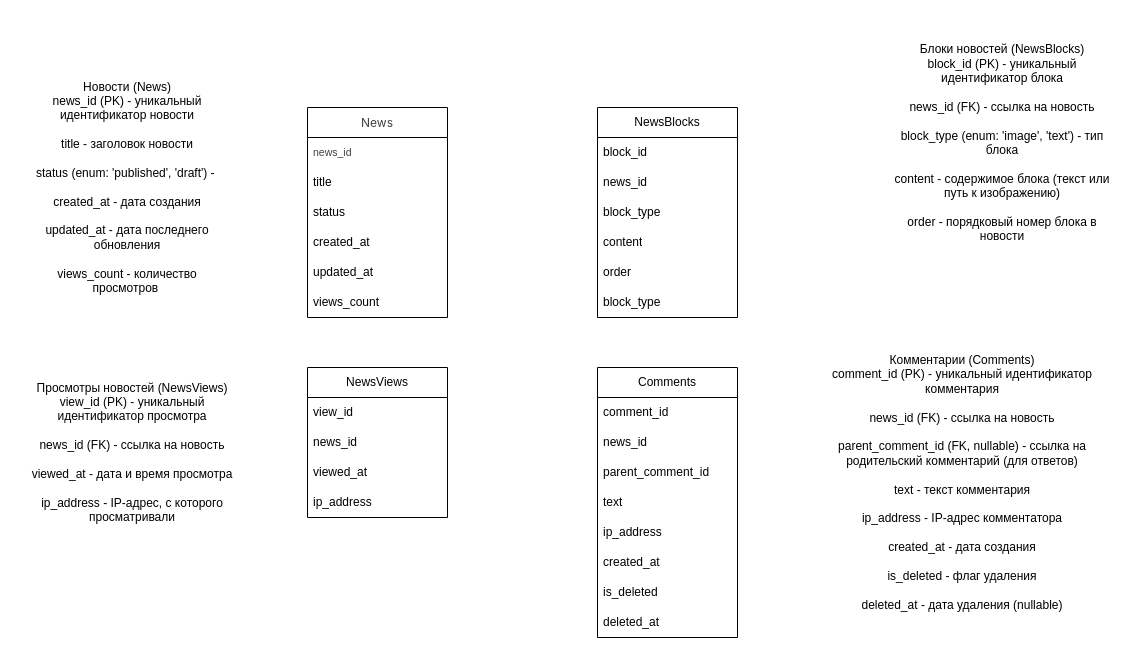
Before: lab3/Диаграмма без названия.drawio in ValentinKonstantinov/-Database, a draw.io diagram. Source tidied: cells renumbered, new cells numbered last; positions are measured from the earlier drawing's top-left corner, leaving out a move shared by most shapes. Both pictures are drawn from the tidied source at 100%, with x=0, y=0 at pixel (17, 17).
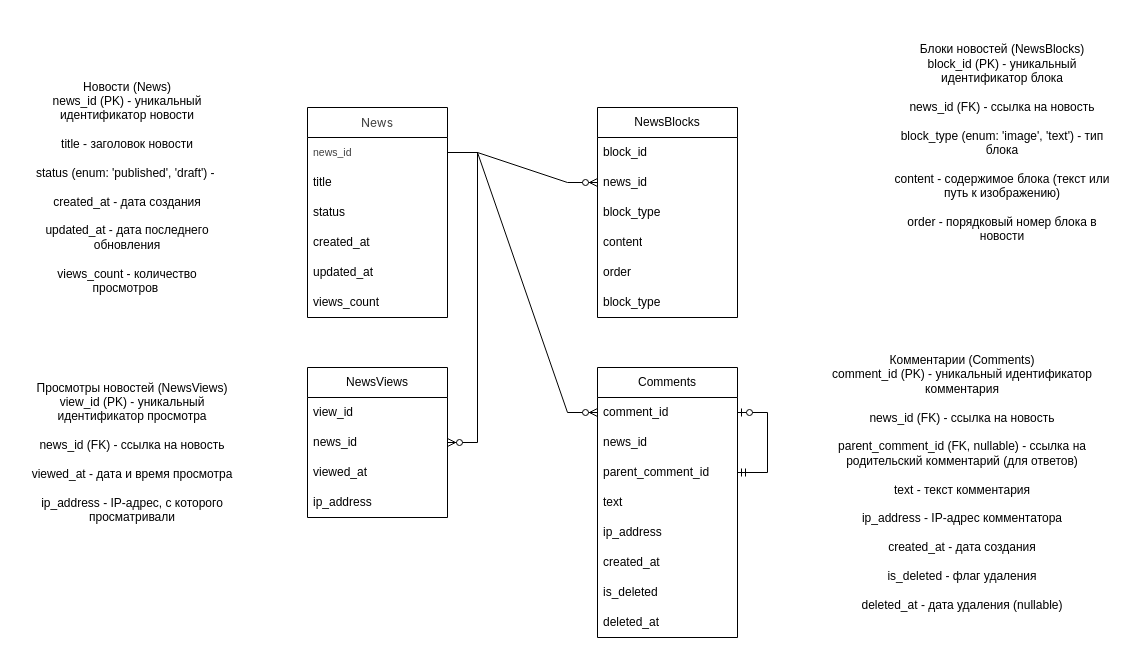
The same diagram, later.

The change refers to these unchanged cells:
```xml
<mxCell id="3" value="&lt;font color=&quot;#404040&quot;&gt;&lt;span style=&quot;font-size: 10.5px;&quot;&gt;news_id&amp;nbsp;&lt;/span&gt;&lt;/font&gt;" style="text;strokeColor=none;fillColor=none;align=left;verticalAlign=middle;spacingLeft=4;spacingRight=4;overflow=hidden;points=[[0,0.5],[1,0.5]];portConstraint=eastwest;whiteSpace=wrap;html=1;" parent="2" vertex="1">
  <mxGeometry y="30" width="140" height="30" as="geometry" />
</mxCell>
<mxCell id="13" value="&lt;span style=&quot;text-align: center;&quot;&gt;news_id&amp;nbsp;&lt;/span&gt;" style="text;strokeColor=none;fillColor=none;align=left;verticalAlign=middle;spacingLeft=4;spacingRight=4;overflow=hidden;points=[[0,0.5],[1,0.5]];portConstraint=eastwest;whiteSpace=wrap;html=1;" parent="11" vertex="1">
  <mxGeometry y="60" width="140" height="30" as="geometry" />
</mxCell>
<mxCell id="18" value="Comments" style="swimlane;fontStyle=0;horizontal=1;startSize=30;whiteSpace=wrap;html=1;" parent="1" vertex="1">
  <mxGeometry x="580" y="350" width="140" height="270" as="geometry" />
</mxCell>
<mxCell id="19" value="&lt;span style=&quot;text-align: center;&quot;&gt;comment_id&amp;nbsp;&lt;/span&gt;" style="text;strokeColor=none;fillColor=none;align=left;verticalAlign=middle;spacingLeft=4;spacingRight=4;overflow=hidden;points=[[0,0.5],[1,0.5]];portConstraint=eastwest;whiteSpace=wrap;html=1;" parent="18" vertex="1">
  <mxGeometry y="30" width="140" height="30" as="geometry" />
</mxCell>
<mxCell id="21" value="&lt;span style=&quot;text-align: center;&quot;&gt;parent_comment_id&amp;nbsp;&lt;/span&gt;" style="text;strokeColor=none;fillColor=none;align=left;verticalAlign=middle;spacingLeft=4;spacingRight=4;overflow=hidden;points=[[0,0.5],[1,0.5]];portConstraint=eastwest;whiteSpace=wrap;html=1;" parent="18" vertex="1">
  <mxGeometry y="90" width="140" height="30" as="geometry" />
</mxCell>
<mxCell id="30" value="&lt;span style=&quot;text-align: center;&quot;&gt;news_id&lt;/span&gt;" style="text;strokeColor=none;fillColor=none;align=left;verticalAlign=middle;spacingLeft=4;spacingRight=4;overflow=hidden;points=[[0,0.5],[1,0.5]];portConstraint=eastwest;whiteSpace=wrap;html=1;" parent="28" vertex="1">
  <mxGeometry y="60" width="140" height="30" as="geometry" />
</mxCell>
```

Diff of the diagram source:
```diff
@@
+    <mxCell id="34" style="edgeStyle=entityRelationEdgeStyle;fontSize=12;html=1;endArrow=ERzeroToOne;startArrow=ERmandOne;rounded=0;entryX=1;entryY=0.5;entryDx=0;entryDy=0;" parent="18" edge="1" source="21" target="19">
+      <mxGeometry relative="1" as="geometry">
+        <Array as="points">
+          <mxPoint x="80" y="80" />
+          <mxPoint x="310" y="70" />
+          <mxPoint x="60" y="60" />
+        </Array>
+      </mxGeometry>
+    </mxCell>
@@
+    <mxCell id="35" style="edgeStyle=entityRelationEdgeStyle;fontSize=12;html=1;endArrow=ERzeroToMany;endFill=1;rounded=0;exitX=1;exitY=0.5;exitDx=0;exitDy=0;entryX=0;entryY=0.5;entryDx=0;entryDy=0;" parent="1" edge="1" source="3" target="13">
+      <mxGeometry relative="1" as="geometry" />
+    </mxCell>
+    <mxCell id="36" style="edgeStyle=entityRelationEdgeStyle;fontSize=12;html=1;endArrow=ERzeroToMany;endFill=1;rounded=0;exitX=1;exitY=0.5;exitDx=0;exitDy=0;entryX=1;entryY=0.5;entryDx=0;entryDy=0;" parent="1" edge="1" source="3" target="30">
+      <mxGeometry relative="1" as="geometry" />
+    </mxCell>
+    <mxCell id="37" style="edgeStyle=entityRelationEdgeStyle;fontSize=12;html=1;endArrow=ERzeroToMany;endFill=1;rounded=0;exitX=1;exitY=0.5;exitDx=0;exitDy=0;entryX=0;entryY=0.5;entryDx=0;entryDy=0;" parent="1" edge="1" source="3" target="19">
+      <mxGeometry relative="1" as="geometry" />
+    </mxCell>
```
